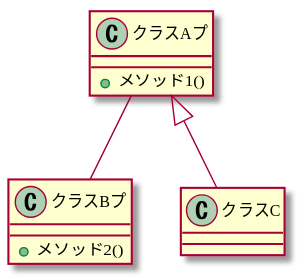
The PlantUML diagram sample/images/sample-classdiagram.svg in azarasi/asciidoctor-sample, before a commit.
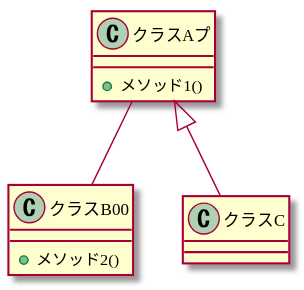
The same file after the commit.

The edit, as a diff of the source:
```diff
@@ -1,16 +1,16 @@
 @startuml
 skinparam {
-  defaultFontName "Migu 1M"
+  defaultFontName "MigMix 1p"
 }
 
 class "クラスAプ" {
   +メソッド1()
 }
-class "クラスBプ" {
+class "クラスB00" {
   +メソッド2()
 }
 class "クラスC" {
 }
-"クラスAプ" -- "クラスBプ"
+"クラスAプ" -- "クラスB00"
 "クラスAプ" <|-- "クラスC"
 @enduml
```
